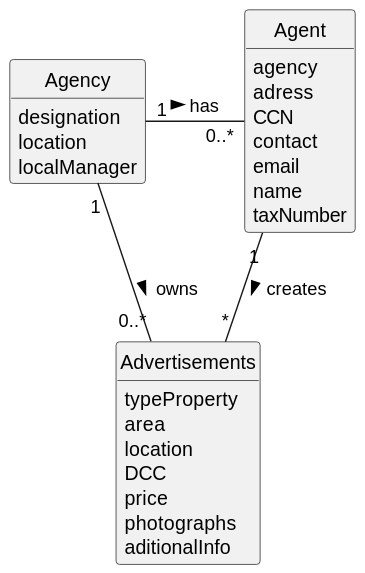
Earlier version of the PlantUML export docs/sprintA/us002/02.analysis/svg/us002-domain-model.svg (rita-barbosa/LAPR2-2223). The source it was exported from:
```plantuml
@startuml
skinparam monochrome true
skinparam packageStyle rectangle
skinparam shadowing false


skinparam classAttributeIconSize 0

hide circle
hide methods



class Agency {
    designation
    location
    localManager
}

class Advertisements {
    typeProperty
    area
    location
    DCC
    price
    photographs
    aditionalInfo
}

class Agent {
    agency
    adress
    CCN
    contact
    email
    name
    taxNumber
}


Agency "1" - "0..*" Agent : has >
Agency "1" - "0..*" Advertisements: owns >
Agent "1" -- "*" Advertisements : creates >
@enduml
```
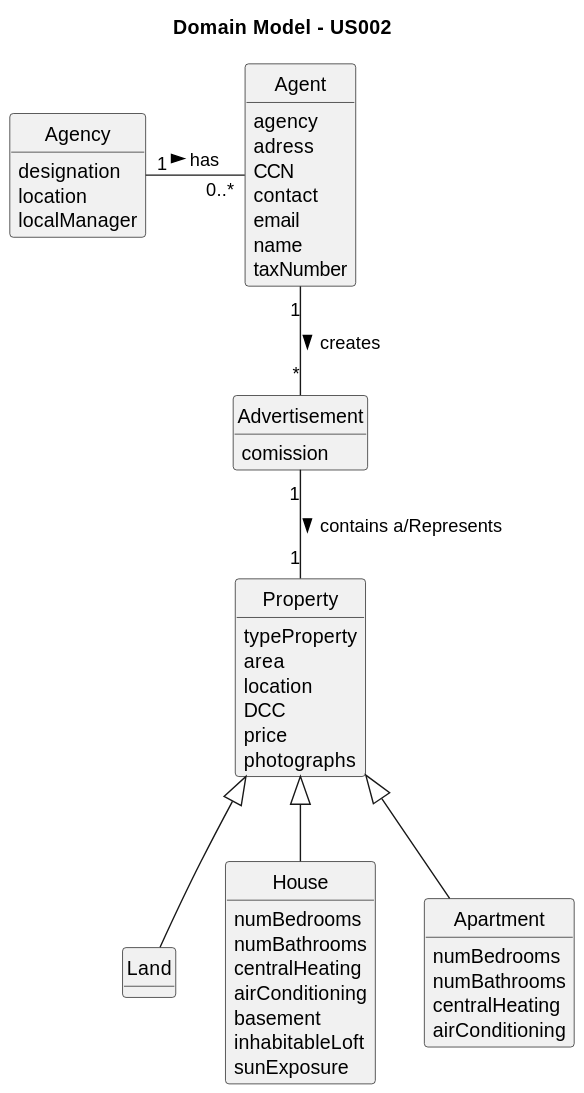
Above is the later version.

Diff of the diagram source:
```diff
@@ -9,7 +9,7 @@
 hide circle
 hide methods
 
-
+title Domain Model - US002
 
 class Agency {
     designation
@@ -17,14 +17,38 @@
     localManager
 }
 
-class Advertisements {
+class Advertisement {
+    comission
+}
+
+class Land extends Property{
+
+}
+
+class House extends Property{
+    numBedrooms
+    numBathrooms
+    centralHeating
+    airConditioning
+    basement
+    inhabitableLoft
+    sunExposure
+}
+
+class Apartment extends Property{
+    numBedrooms
+    numBathrooms
+    centralHeating
+    airConditioning
+}
+
+class Property{
     typeProperty
     area
     location
     DCC
     price
     photographs
-    aditionalInfo
 }
 
 class Agent {
@@ -39,6 +63,6 @@
 
 
 Agency "1" - "0..*" Agent : has >
-Agency "1" - "0..*" Advertisements: owns >
-Agent "1" -- "*" Advertisements : creates >
+Agent "1" -- "*" Advertisement : creates >
+Advertisement "1" -- "1" Property : contains a/Represents  >
 @enduml
```
